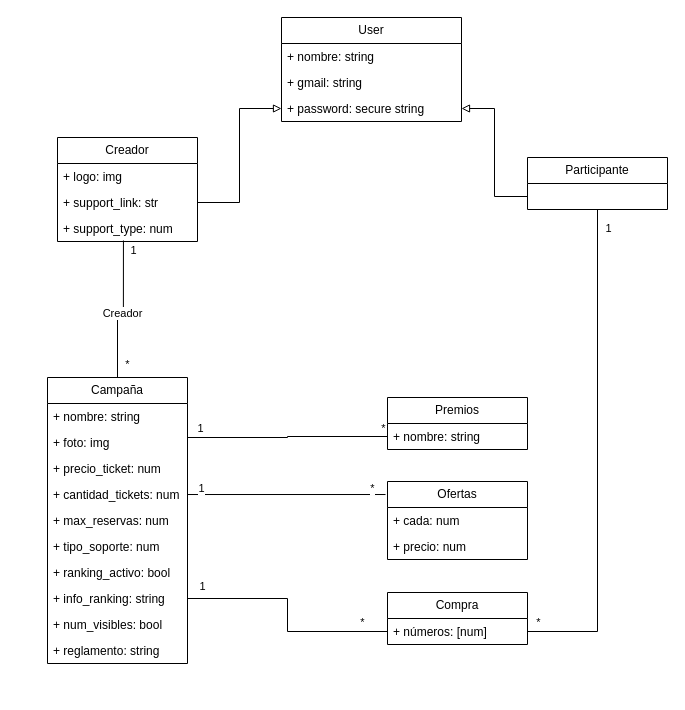
Earlier version of the draw.io diagram BackEnd.drawio (david-fm/rifa). Source tidied: cells renumbered, new cells numbered last; positions are measured from the earlier drawing's top-left corner, leaving out a move shared by most shapes. Both pictures are drawn from the tidied source at 100%, with x=0, y=0 at pixel (47, 17).
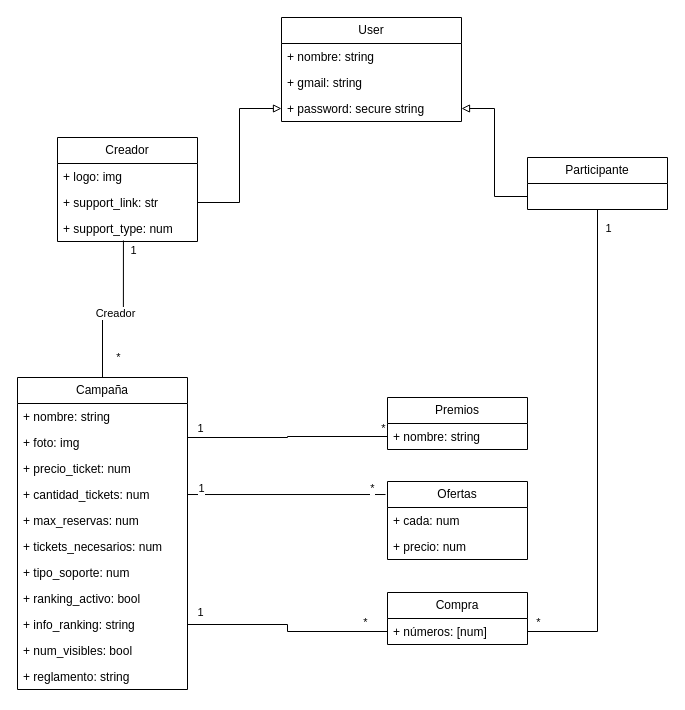
The same page after the edit.

Commit message:
Tickets Necesarios Añadido

The change refers to these unchanged cells:
```xml
<mxCell id="2" style="edgeStyle=orthogonalEdgeStyle;rounded=0;jettySize=auto;html=1;entryX=0.5;entryY=0;entryDx=0;entryDy=0;endArrow=none;endFill=0;exitX=0.471;exitY=0.962;exitDx=0;exitDy=0;exitPerimeter=0;" parent="1" edge="1" source="40" target="9">
  <mxGeometry relative="1" as="geometry" />
</mxCell>
```

The edit, as a diff of the source:
```diff
@@
+    <mxCell id="20" value="*" style="edgeLabel;html=1;align=center;verticalAlign=middle;" parent="2" vertex="1">
+      <mxGeometry x="0.73" y="1" relative="1" as="geometry">
+        <mxPoint x="14" as="offset" />
+      </mxGeometry>
+    </mxCell>
@@
     <mxCell id="9" value="Campaña" style="swimlane;fontStyle=0;horizontal=1;startSize=26;fillColor=none;whiteSpace=wrap;html=1;" parent="1" vertex="1">
-      <mxGeometry y="360" width="140" height="286" as="geometry" />
+      <mxGeometry x="-30" y="360" width="170" height="312" as="geometry" />
     </mxCell>
     <mxCell id="10" value="+ nombre: string" style="text;strokeColor=none;fillColor=none;align=left;verticalAlign=top;spacingLeft=4;spacingRight=4;overflow=hidden;whiteSpace=wrap;html=1;" parent="9" vertex="1">
-      <mxGeometry y="26" width="140" height="26" as="geometry" />
+      <mxGeometry y="26" width="170" height="26" as="geometry" />
     </mxCell>
     <mxCell id="11" value="+ foto: img" style="text;strokeColor=none;fillColor=none;align=left;verticalAlign=top;spacingLeft=4;spacingRight=4;overflow=hidden;points=[[0,0.5],[1,0.5]];portConstraint=eastwest;whiteSpace=wrap;html=1;" parent="9" vertex="1">
-      <mxGeometry y="52" width="140" height="26" as="geometry" />
+      <mxGeometry y="52" width="170" height="26" as="geometry" />
     </mxCell>
     <mxCell id="12" value="+ precio_ticket: num" style="text;strokeColor=none;fillColor=none;align=left;verticalAlign=top;spacingLeft=4;spacingRight=4;overflow=hidden;whiteSpace=wrap;html=1;" parent="9" vertex="1">
-      <mxGeometry y="78" width="140" height="26" as="geometry" />
+      <mxGeometry y="78" width="170" height="26" as="geometry" />
     </mxCell>
     <mxCell id="13" value="+ cantidad_tickets: num" style="text;strokeColor=none;fillColor=none;align=left;verticalAlign=top;spacingLeft=4;spacingRight=4;overflow=hidden;points=[[0,0.5],[1,0.5]];portConstraint=eastwest;whiteSpace=wrap;html=1;" parent="9" vertex="1">
-      <mxGeometry y="104" width="140" height="26" as="geometry" />
+      <mxGeometry y="104" width="170" height="26" as="geometry" />
     </mxCell>
     <mxCell id="14" value="+ max_reservas: num" style="text;strokeColor=none;fillColor=none;align=left;verticalAlign=top;spacingLeft=4;spacingRight=4;overflow=hidden;whiteSpace=wrap;html=1;" parent="9" vertex="1">
-      <mxGeometry y="130" width="140" height="26" as="geometry" />
+      <mxGeometry y="130" width="170" height="26" as="geometry" />
     </mxCell>
+    <mxCell id="47" value="+ tickets_necesarios: num" style="text;strokeColor=none;fillColor=none;align=left;verticalAlign=top;spacingLeft=4;spacingRight=4;overflow=hidden;whiteSpace=wrap;html=1;" parent="9" vertex="1">
+      <mxGeometry y="156" width="170" height="26" as="geometry" />
+    </mxCell>
     <mxCell id="15" value="+ tipo_soporte: num" style="text;strokeColor=none;fillColor=none;align=left;verticalAlign=top;spacingLeft=4;spacingRight=4;overflow=hidden;whiteSpace=wrap;html=1;" parent="9" vertex="1">
-      <mxGeometry y="156" width="140" height="26" as="geometry" />
+      <mxGeometry y="182" width="170" height="26" as="geometry" />
     </mxCell>
     <mxCell id="16" value="+ ranking_activo: bool" style="text;strokeColor=none;fillColor=none;align=left;verticalAlign=top;spacingLeft=4;spacingRight=4;overflow=hidden;whiteSpace=wrap;html=1;" parent="9" vertex="1">
-      <mxGeometry y="182" width="140" height="26" as="geometry" />
+      <mxGeometry y="208" width="170" height="26" as="geometry" />
     </mxCell>
     <mxCell id="17" value="+ info_ranking: string" style="text;strokeColor=none;fillColor=none;align=left;verticalAlign=top;spacingLeft=4;spacingRight=4;overflow=hidden;points=[[0,0.5],[1,0.5]];portConstraint=eastwest;whiteSpace=wrap;html=1;" parent="9" vertex="1">
-      <mxGeometry y="208" width="140" height="26" as="geometry" />
+      <mxGeometry y="234" width="170" height="26" as="geometry" />
     </mxCell>
     <mxCell id="18" value="+ num_visibles: bool" style="text;strokeColor=none;fillColor=none;align=left;verticalAlign=top;spacingLeft=4;spacingRight=4;overflow=hidden;whiteSpace=wrap;html=1;" parent="9" vertex="1">
-      <mxGeometry y="234" width="140" height="26" as="geometry" />
+      <mxGeometry y="260" width="170" height="26" as="geometry" />
     </mxCell>
     <mxCell id="19" value="+ reglamento: string" style="text;strokeColor=none;fillColor=none;align=left;verticalAlign=top;spacingLeft=4;spacingRight=4;overflow=hidden;whiteSpace=wrap;html=1;" parent="9" vertex="1">
-      <mxGeometry y="260" width="140" height="26" as="geometry" />
+      <mxGeometry y="286" width="170" height="26" as="geometry" />
     </mxCell>
-    <mxCell id="20" value="*" style="edgeLabel;html=1;align=center;verticalAlign=middle;" parent="1" vertex="1">
-      <mxGeometry x="160" y="359" as="geometry">
-        <mxPoint x="-81" y="-13" as="offset" />
-      </mxGeometry>
-    </mxCell>
```
